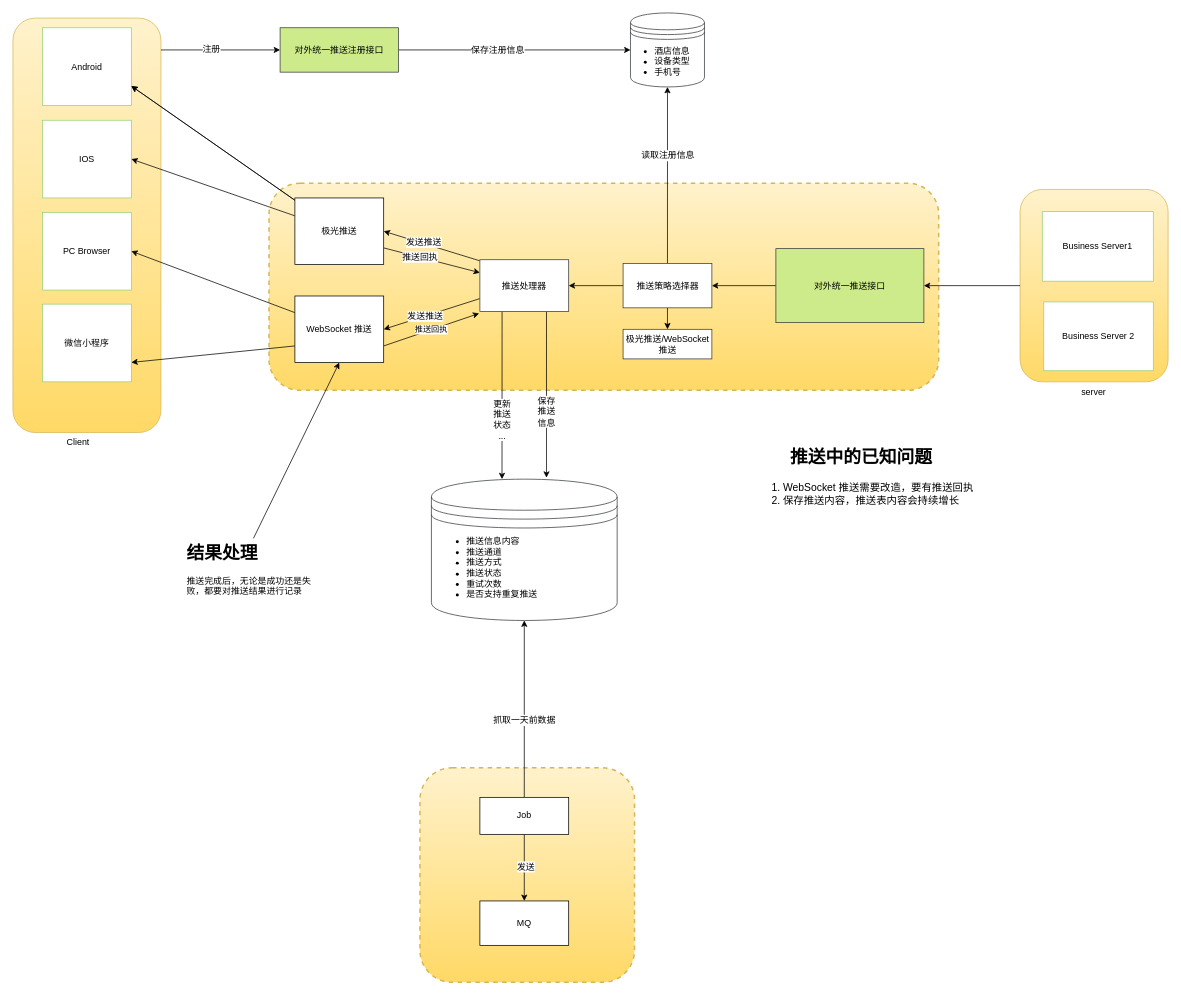
This is 推送方案.drawio from WithoutCause/draw.io, a draw.io file, before an edit. Source tidied: cells renumbered, new cells numbered last; positions are measured from the earlier drawing's top-left corner, leaving out a move shared by most shapes. Both pictures are drawn from the tidied source at 74%, with x=0, y=0 at pixel (13, 13).
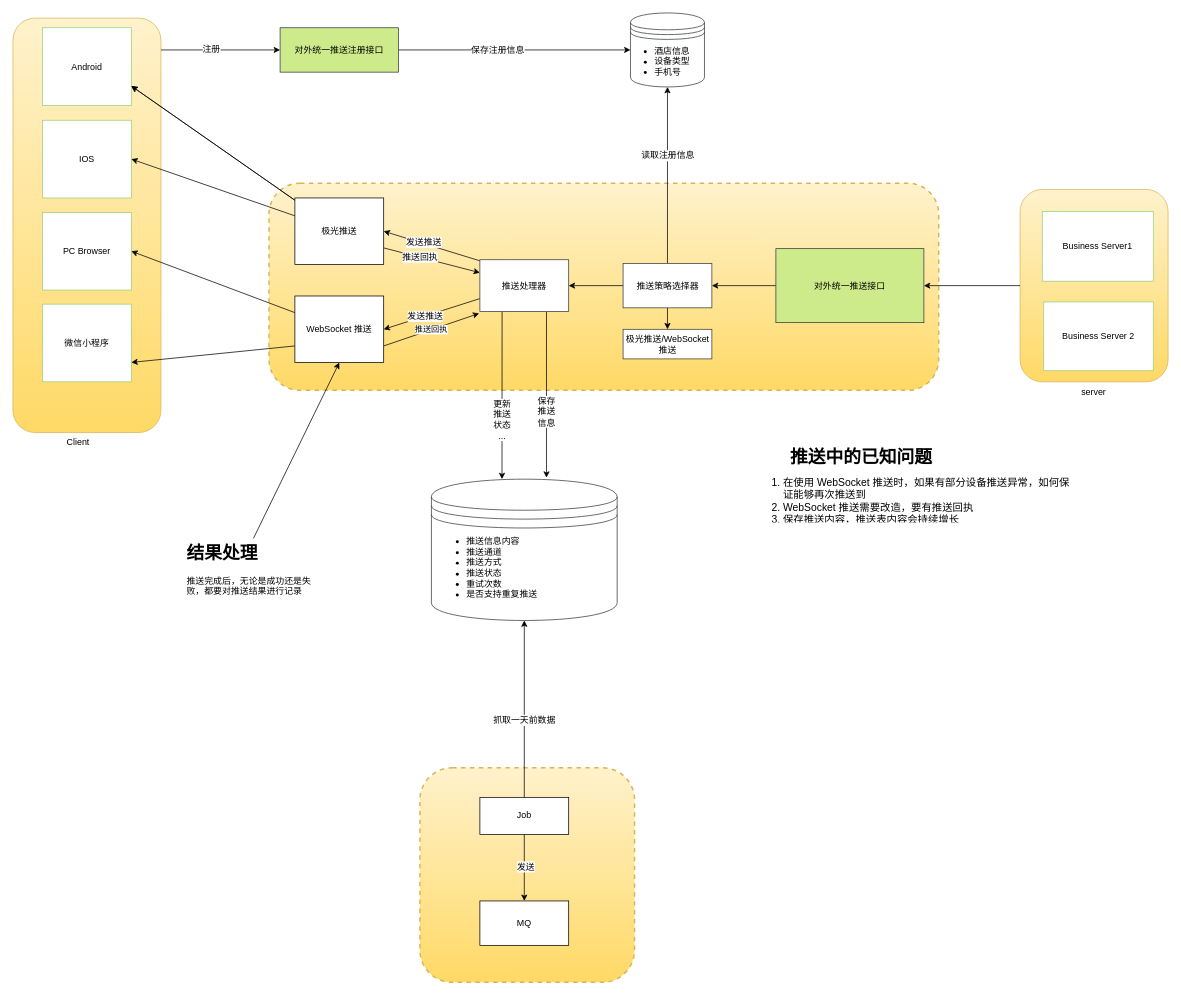
The same page after the edit.

Commit message:
更新推送方案.drawio

Unchanged cells that the change refers to:
```xml
<mxCell id="48" style="group;" parent="1" vertex="1">
  <mxGeometry x="999" y="580" width="440" height="110" as="geometry" />
</mxCell>
```

Change to the diagram source:
```diff
@@
-    <mxCell id="49" value="&lt;ol style=&quot;font-size: 14px&quot;&gt;&lt;li&gt;WebSocket 推送需要改造，要有推送回执&lt;/li&gt;&lt;li&gt;保存推送内容，推送表内容会持续增长&lt;/li&gt;&lt;/ol&gt;" style="text;strokeColor=none;fillColor=none;html=1;whiteSpace=wrap;verticalAlign=middle;overflow=hidden;rounded=1;" parent="48" vertex="1">
+    <mxCell id="49" value="&lt;ol style=&quot;font-size: 14px&quot;&gt;&lt;li&gt;在使用 WebSocket&amp;nbsp;推送时，如果有部分设备推送异常，如何保证能够再次推送到&lt;/li&gt;&lt;li&gt;WebSocket 推送需要改造，要有推送回执&lt;/li&gt;&lt;li&gt;保存推送内容，推送表内容会持续增长&lt;/li&gt;&lt;/ol&gt;" style="text;strokeColor=none;fillColor=none;html=1;whiteSpace=wrap;verticalAlign=middle;overflow=hidden;rounded=1;" parent="48" vertex="1">
       <mxGeometry y="30" width="440" height="80" as="geometry" />
     </mxCell>
```
